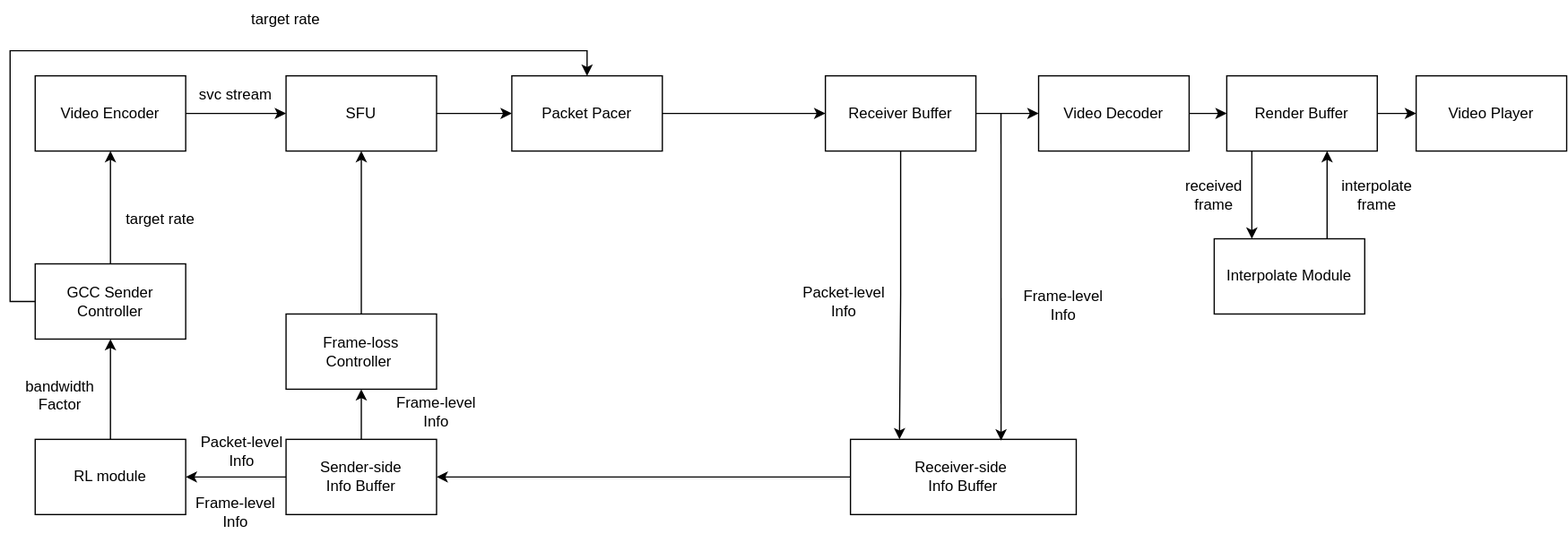
This is system.drawio.svg from xiaosayin/c-educoder, a draw.io export, as it was before one commit. Source tidied: cells renumbered, new cells last; positions are measured from the earlier drawing's top-left corner, leaving out a move shared by most shapes.
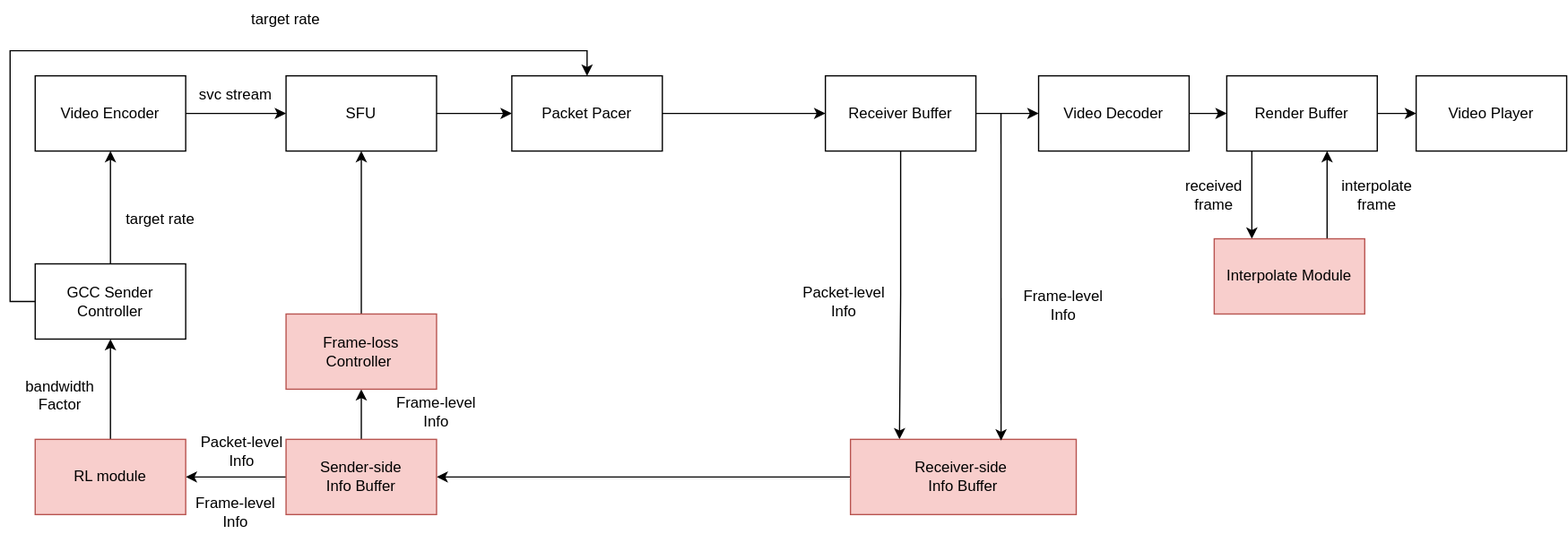
After the change.

What changed in the source:
```diff
@@ -65,7 +65,7 @@
         </Array>
       </mxGeometry>
     </mxCell>
-    <mxCell id="18" value="Interpolate Module" style="whiteSpace=wrap;html=1;rounded=0;" parent="1" vertex="1">
+    <mxCell id="18" value="Interpolate Module" style="whiteSpace=wrap;html=1;rounded=0;fillColor=#f8cecc;strokeColor=#b85450;" parent="1" vertex="1">
       <mxGeometry x="950" y="190" width="120" height="60" as="geometry" />
     </mxCell>
     <mxCell id="19" value="received frame" style="text;html=1;strokeColor=none;fillColor=none;align=center;verticalAlign=middle;whiteSpace=wrap;rounded=0;" parent="1" vertex="1">
@@ -80,7 +80,7 @@
     <mxCell id="22" style="edgeStyle=orthogonalEdgeStyle;rounded=0;jettySize=auto;html=1;exitX=0;exitY=0.5;exitDx=0;exitDy=0;" parent="1" edge="1" source="23" target="29">
       <mxGeometry relative="1" as="geometry" />
     </mxCell>
-    <mxCell id="23" value="Receiver-side&amp;nbsp;&lt;br&gt;Info Buffer" style="rounded=0;whiteSpace=wrap;html=1;" parent="1" vertex="1">
+    <mxCell id="23" value="Receiver-side&amp;nbsp;&lt;br&gt;Info Buffer" style="rounded=0;whiteSpace=wrap;html=1;fillColor=#f8cecc;strokeColor=#b85450;" parent="1" vertex="1">
       <mxGeometry x="660" y="350" width="180" height="60" as="geometry" />
     </mxCell>
     <mxCell id="24" value="Packet-level&lt;br&gt;Info" style="text;html=1;strokeColor=none;fillColor=none;align=center;verticalAlign=middle;whiteSpace=wrap;rounded=0;" parent="1" vertex="1">
@@ -100,13 +100,13 @@
     <mxCell id="28" style="edgeStyle=orthogonalEdgeStyle;rounded=0;jettySize=auto;html=1;" parent="1" edge="1" source="29" target="34">
       <mxGeometry relative="1" as="geometry" />
     </mxCell>
-    <mxCell id="29" value="Sender-side&lt;br&gt;Info Buffer" style="rounded=0;whiteSpace=wrap;html=1;" parent="1" vertex="1">
+    <mxCell id="29" value="Sender-side&lt;br&gt;Info Buffer" style="rounded=0;whiteSpace=wrap;html=1;fillColor=#f8cecc;strokeColor=#b85450;" parent="1" vertex="1">
       <mxGeometry x="210" y="350" width="120" height="60" as="geometry" />
     </mxCell>
     <mxCell id="30" style="edgeStyle=orthogonalEdgeStyle;rounded=0;jettySize=auto;html=1;exitX=0.5;exitY=0;exitDx=0;exitDy=0;entryX=0.5;entryY=1;entryDx=0;entryDy=0;" parent="1" edge="1" source="31" target="5">
       <mxGeometry relative="1" as="geometry" />
     </mxCell>
-    <mxCell id="31" value="Frame-loss Controller&amp;nbsp;" style="rounded=0;whiteSpace=wrap;html=1;" parent="1" vertex="1">
+    <mxCell id="31" value="Frame-loss Controller&amp;nbsp;" style="rounded=0;whiteSpace=wrap;html=1;fillColor=#f8cecc;strokeColor=#b85450;" parent="1" vertex="1">
       <mxGeometry x="210" y="250" width="120" height="60" as="geometry" />
     </mxCell>
     <mxCell id="32" value="Frame-level&lt;br&gt;Info" style="text;html=1;strokeColor=none;fillColor=none;align=center;verticalAlign=middle;whiteSpace=wrap;rounded=0;" parent="1" vertex="1">
@@ -115,7 +115,7 @@
     <mxCell id="33" style="edgeStyle=orthogonalEdgeStyle;rounded=0;jettySize=auto;html=1;" parent="1" edge="1" source="34" target="39">
       <mxGeometry relative="1" as="geometry" />
     </mxCell>
-    <mxCell id="34" value="RL module" style="whiteSpace=wrap;html=1;rounded=0;" parent="1" vertex="1">
+    <mxCell id="34" value="RL module" style="whiteSpace=wrap;html=1;rounded=0;fillColor=#f8cecc;strokeColor=#b85450;" parent="1" vertex="1">
       <mxGeometry x="10" y="350" width="120" height="60" as="geometry" />
     </mxCell>
     <mxCell id="35" value="Frame-level&lt;br&gt;Info" style="text;html=1;strokeColor=none;fillColor=none;align=center;verticalAlign=middle;whiteSpace=wrap;rounded=0;" parent="1" vertex="1">
```
